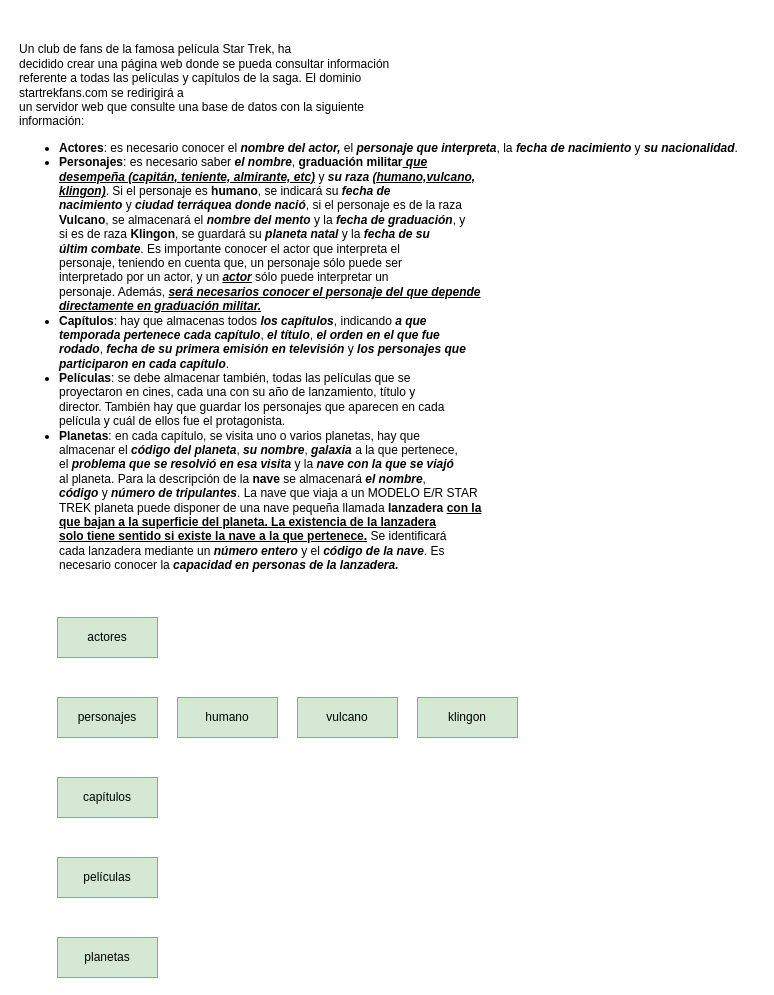
The draw.io diagram page "Paso 1" (1 of 4) of Tareas/Tema 2/Tarea 10/Ejercicio10.drawio in JCarlosAR032/base-de-datos, before the edit. Source tidied: cells renumbered, new cells numbered last; positions are measured from the earlier drawing's top-left corner, leaving out a move shared by most shapes. Both pictures are drawn from the tidied source at 100%, with x=0, y=0 at pixel (17, 17).
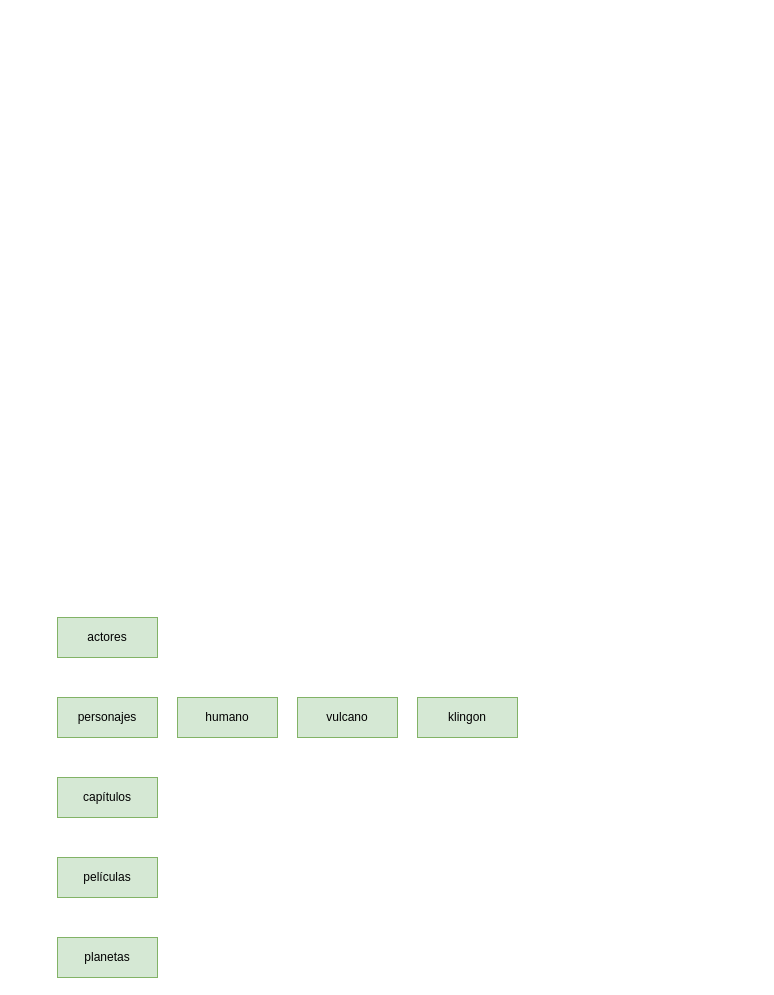
The same diagram, later.

Diff of the diagram source:
```diff
@@
 <mxGraphModel>
   <root>
     <mxCell id="0" />
     <mxCell id="1" parent="0" />
-    <mxCell id="2" value="&lt;p dir=&quot;auto&quot; align=&quot;left&quot;&gt;Un club de fans de la famosa película Star Trek, ha &lt;br&gt;decidido crear una página web donde se pueda consultar información &lt;br&gt;referente a todas las películas y capítulos de la saga. El dominio &lt;br&gt;startrekfans.com se redirigirá a&lt;br&gt;un servidor web que consulte una base de datos con la siguiente &lt;br&gt;información:&lt;br&gt;&lt;/p&gt;&lt;div align=&quot;left&quot;&gt;&lt;ul dir=&quot;auto&quot;&gt;&lt;li&gt;&lt;b&gt;Actores&lt;/b&gt;: es necesario conocer el &lt;i&gt;&lt;b&gt;nombre del actor,&lt;/b&gt;&lt;/i&gt; el &lt;b&gt;&lt;i&gt;personaje que interpreta&lt;/i&gt;&lt;/b&gt;, la &lt;b&gt;&lt;i&gt;fecha de nacimiento&lt;/i&gt;&lt;/b&gt; y &lt;b&gt;&lt;i&gt;su nacionalidad&lt;/i&gt;&lt;/b&gt;.&lt;/li&gt;&lt;li&gt;&lt;b&gt;Personajes&lt;/b&gt;: es necesario saber &lt;b&gt;&lt;i&gt;el nombre&lt;/i&gt;&lt;/b&gt;, &lt;b&gt;graduación militar&lt;i&gt;&lt;u&gt; que&lt;br&gt;desempeña (capitán, teniente, almirante, etc)&lt;/u&gt;&lt;/i&gt;&lt;/b&gt; y &lt;b&gt;&lt;i&gt;su raza&lt;/i&gt;&lt;/b&gt; &lt;u&gt;&lt;b&gt;&lt;i&gt;(humano,vulcano,&lt;br&gt; klingon)&lt;/i&gt;&lt;/b&gt;&lt;/u&gt;. Si el personaje es &lt;b&gt;humano&lt;/b&gt;, se indicará su &lt;b&gt;&lt;i&gt;fecha de&lt;br&gt;nacimiento&lt;/i&gt;&lt;/b&gt; y &lt;i&gt;&lt;b&gt;ciudad terráquea donde nació&lt;/b&gt;&lt;/i&gt;, si el personaje es de la raza&lt;br&gt; &lt;b&gt;Vulcano&lt;/b&gt;, se almacenará el &lt;i&gt;&lt;b&gt;nombre del mento&lt;/b&gt;&lt;/i&gt; y la &lt;b&gt;&lt;i&gt;fecha de graduación&lt;/i&gt;&lt;/b&gt;, y &lt;br&gt;si es de raza &lt;b&gt;Klingon&lt;/b&gt;, se guardará su &lt;b&gt;&lt;i&gt;planeta natal&lt;/i&gt;&lt;/b&gt; y la &lt;b&gt;&lt;i&gt;fecha de su &lt;br&gt;últim combate&lt;/i&gt;&lt;/b&gt;. Es importante conocer el actor que interpreta el &lt;br&gt;personaje, teniendo en cuenta que, un personaje sólo puede ser &lt;br&gt;interpretado por un actor, y un &lt;b&gt;&lt;i&gt;&lt;u&gt;actor&lt;/u&gt;&lt;/i&gt;&lt;/b&gt; sólo puede interpretar un &lt;br&gt;personaje. Además, &lt;b&gt;&lt;i&gt;&lt;u&gt;será necesarios conocer el personaje del que depende &lt;br&gt;directamente en graduación militar.&lt;br&gt;&lt;/u&gt;&lt;/i&gt;&lt;/b&gt;&lt;/li&gt;&lt;li&gt;&lt;b&gt;Capítulos&lt;/b&gt;: hay que almacenas todos &lt;b&gt;&lt;i&gt;los capítulos&lt;/i&gt;&lt;/b&gt;, indicando &lt;b&gt;&lt;i&gt;a que &lt;br&gt;temporada pertenece cada capítulo&lt;/i&gt;&lt;/b&gt;, &lt;i&gt;&lt;b&gt;el título&lt;/b&gt;&lt;/i&gt;, &lt;b&gt;&lt;i&gt;el orden en el que fue &lt;br&gt;rodado&lt;/i&gt;&lt;/b&gt;, &lt;b&gt;&lt;i&gt;fecha de su primera emisión en televisión&lt;/i&gt;&lt;/b&gt; y &lt;b&gt;&lt;i&gt;los personajes que &lt;br&gt;participaron en cada capítulo&lt;/i&gt;&lt;/b&gt;.&lt;/li&gt;&lt;li&gt;&lt;b&gt;Películas&lt;/b&gt;: se debe almacenar también, todas las películas que se &lt;br&gt;proyectaron en cines, cada una con su año de lanzamiento, título y &lt;br&gt;director. También hay que guardar los personajes que aparecen en cada &lt;br&gt;película y cuál de ellos fue el protagonista.&lt;/li&gt;&lt;li&gt;&lt;b&gt;Planetas&lt;/b&gt;: en cada capítulo, se visita uno o varios planetas, hay que&lt;br&gt; almacenar el &lt;b&gt;&lt;i&gt;código del planeta&lt;/i&gt;&lt;/b&gt;, &lt;b&gt;&lt;i&gt;su nombre&lt;/i&gt;&lt;/b&gt;, &lt;i&gt;&lt;b&gt;galaxia&lt;/b&gt;&lt;/i&gt; a la que pertenece,&lt;br&gt; el &lt;b&gt;&lt;i&gt;problema que se resolvió en esa visita&lt;/i&gt;&lt;/b&gt; y la &lt;b&gt;&lt;i&gt;nave con la que se viajó&lt;/i&gt;&lt;/b&gt;&lt;br&gt; al planeta. Para la descripción de la &lt;b&gt;nave&lt;/b&gt; se almacenará &lt;b&gt;&lt;i&gt;el nombre&lt;/i&gt;&lt;/b&gt;, &lt;br&gt;&lt;b&gt;&lt;i&gt;código&lt;/i&gt;&lt;/b&gt; y &lt;b&gt;&lt;i&gt;número de tripulantes&lt;/i&gt;&lt;/b&gt;. La nave que viaja a un MODELO E/R STAR &lt;br&gt;TREK planeta puede disponer de una nave pequeña llamada &lt;b&gt;lanzadera&lt;/b&gt; &lt;b&gt;&lt;u&gt;con la&lt;br&gt; que bajan a la superficie del planeta.&lt;/u&gt;&lt;u&gt; La existencia de la lanzadera &lt;br&gt;solo tiene sentido si existe la nave a la que pertenece.&lt;/u&gt;&lt;/b&gt; Se identificará&lt;br&gt; cada lanzadera mediante un &lt;b&gt;&lt;i&gt;número entero&lt;/i&gt;&lt;/b&gt; y el &lt;b&gt;&lt;i&gt;código de la nave&lt;/i&gt;&lt;/b&gt;. Es &lt;br&gt;necesario conocer la &lt;b&gt;&lt;i&gt;capacidad en personas de la lanzadera.&lt;/i&gt;&lt;/b&gt;&lt;/li&gt;&lt;/ul&gt;&lt;/div&gt;" style="text;html=1;align=left;verticalAlign=middle;strokeColor=none;fillColor=none;" parent="1" vertex="1">
-      <mxGeometry width="740" height="580" as="geometry" />
-    </mxCell>
     <mxCell id="3" value="actores" style="whiteSpace=wrap;html=1;align=center;fillColor=#d5e8d4;strokeColor=#82b366;" parent="1" vertex="1">
       <mxGeometry x="40" y="600" width="100" height="40" as="geometry" />
     </mxCell>
     <mxCell id="4" value="personajes" style="whiteSpace=wrap;html=1;align=center;fillColor=#d5e8d4;strokeColor=#82b366;" parent="1" vertex="1">
       <mxGeometry x="40" y="680" width="100" height="40" as="geometry" />
     </mxCell>
     <mxCell id="5" value="capítulos" style="whiteSpace=wrap;html=1;align=center;fillColor=#d5e8d4;strokeColor=#82b366;" parent="1" vertex="1">
       <mxGeometry x="40" y="760" width="100" height="40" as="geometry" />
     </mxCell>
     <mxCell id="6" value="películas" style="whiteSpace=wrap;html=1;align=center;fillColor=#d5e8d4;strokeColor=#82b366;" parent="1" vertex="1">
       <mxGeometry x="40" y="840" width="100" height="40" as="geometry" />
     </mxCell>
     <mxCell id="7" value="planetas" style="whiteSpace=wrap;html=1;align=center;fillColor=#d5e8d4;strokeColor=#82b366;" parent="1" vertex="1">
       <mxGeometry x="40" y="920" width="100" height="40" as="geometry" />
     </mxCell>
     <mxCell id="8" value="humano" style="whiteSpace=wrap;html=1;align=center;fillColor=#d5e8d4;strokeColor=#82b366;" parent="1" vertex="1">
       <mxGeometry x="160" y="680" width="100" height="40" as="geometry" />
     </mxCell>
     <mxCell id="9" value="vulcano" style="whiteSpace=wrap;html=1;align=center;fillColor=#d5e8d4;strokeColor=#82b366;" parent="1" vertex="1">
       <mxGeometry x="280" y="680" width="100" height="40" as="geometry" />
     </mxCell>
     <mxCell id="10" value="klingon" style="whiteSpace=wrap;html=1;align=center;fillColor=#d5e8d4;strokeColor=#82b366;" parent="1" vertex="1">
       <mxGeometry x="400" y="680" width="100" height="40" as="geometry" />
     </mxCell>
   </root>
 </mxGraphModel>
```
